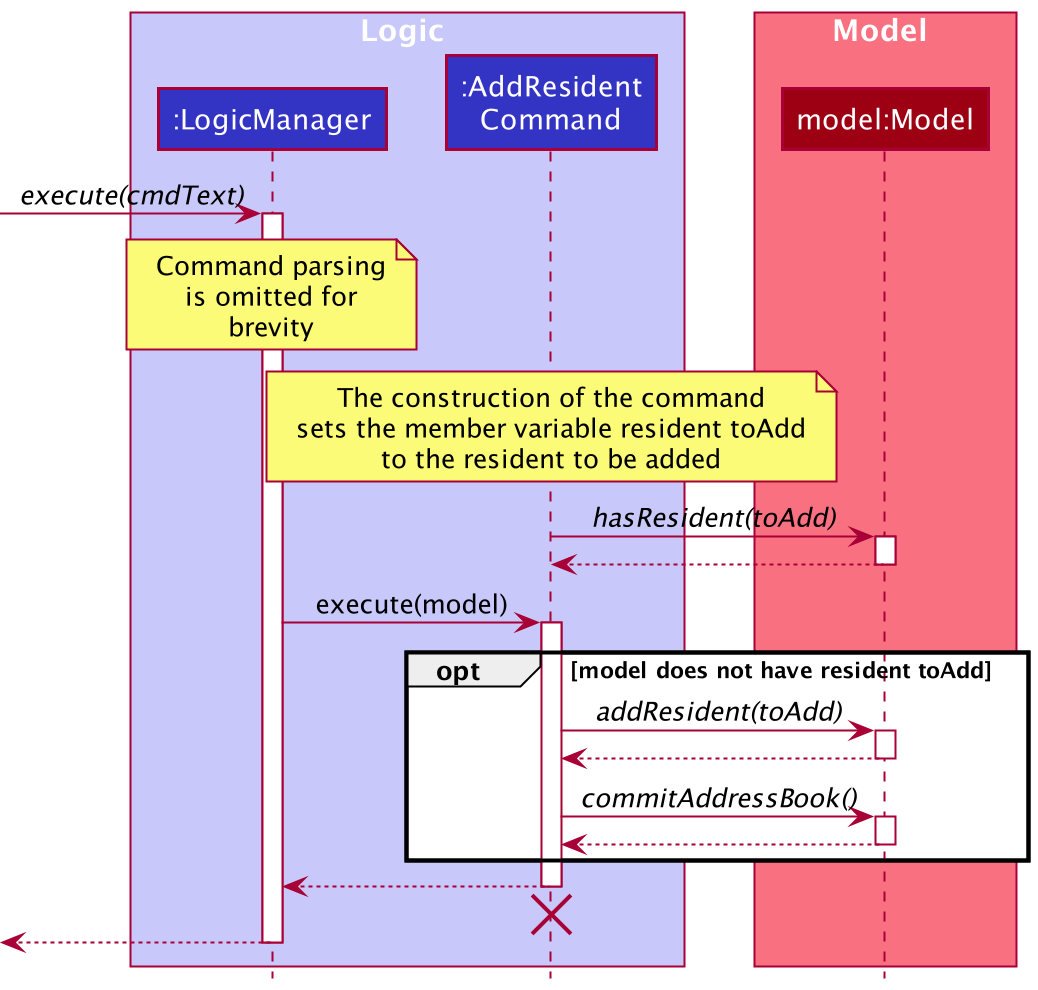
Before: docs/images/resident/AddResidentCommandSeqDiagram.png, a diagram exported from PlantUML (nus-cs2103-AY2021S2/tp).
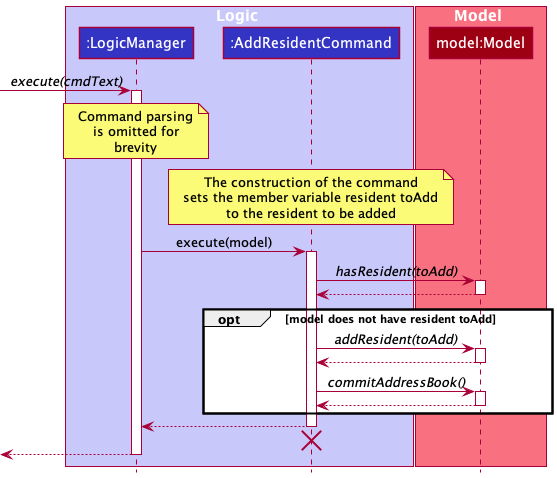
After the change.

Commit message:
Docs: Fix seq diagram

The edit, as a diff of the source:
```diff
@@ -3,7 +3,7 @@
 
 box Logic LOGIC_COLOR_T1
 Participant ":LogicManager" as logicmng LOGIC_COLOR
-Participant ":AddResident\nCommand" as addResidentCmd LOGIC_COLOR
+Participant ":AddResidentCommand" as addResidentCmd LOGIC_COLOR
 end box
 box Model MODEL_COLOR_T1
 Participant "model:Model" as model MODEL_COLOR
@@ -23,12 +23,11 @@
 to the resident to be added
 end note
 
+logicmng -> addResidentCmd: execute(model)
+activate addResidentCmd
 addResidentCmd -> model: //hasResident(toAdd)//
 activate model
 return
-
-logicmng -> addResidentCmd: execute(model)
-activate addResidentCmd
 
 opt model does not have resident toAdd
 addResidentCmd -> model: //addResident(toAdd)//
```
